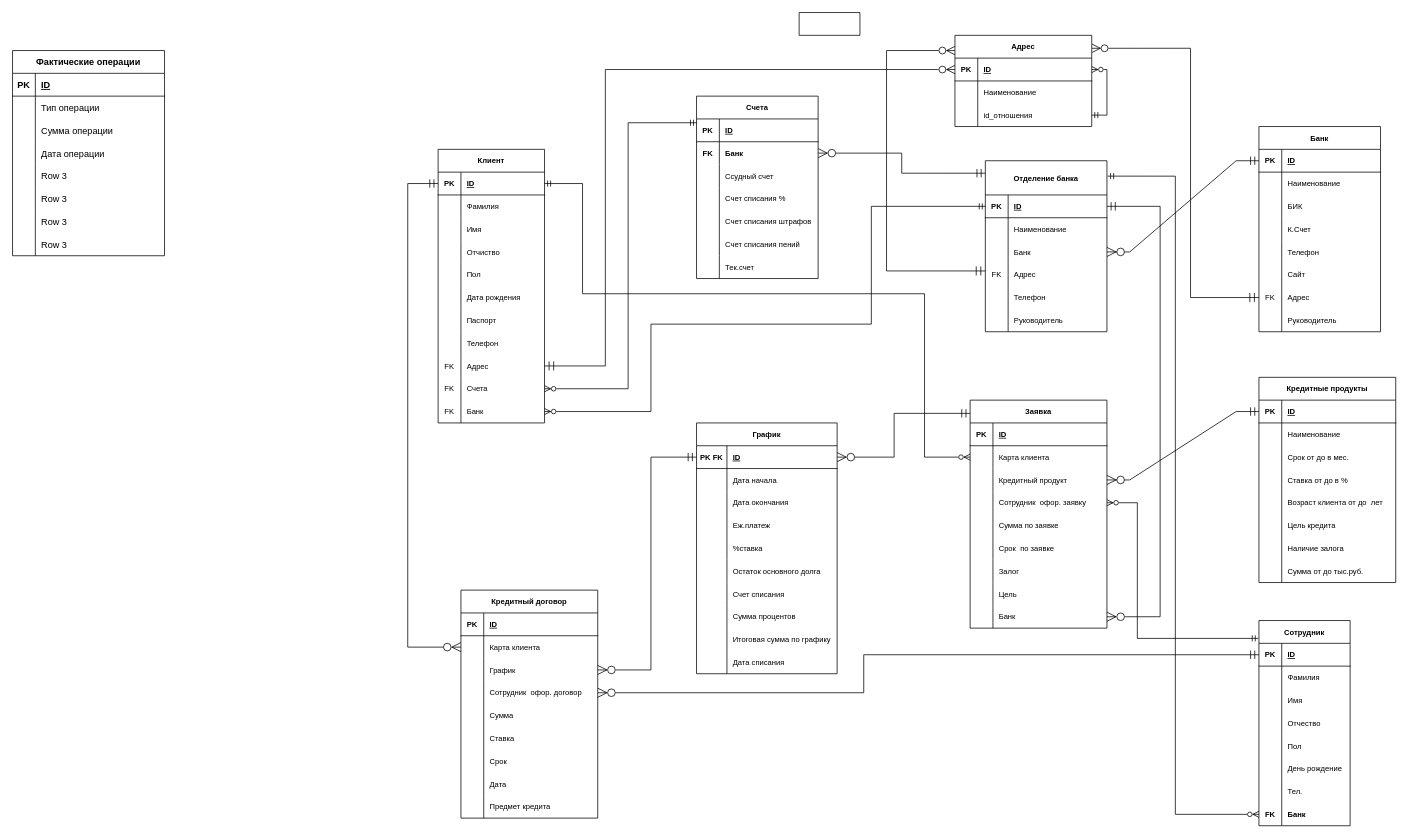
Before: Кред Договора.drawio in RadmirSalikhov/otushomeworks, a draw.io diagram. Source tidied: cells renumbered, new cells numbered last; positions are measured from the earlier drawing's top-left corner, leaving out a move shared by most shapes. Both pictures are drawn from the tidied source at 76%, with x=0, y=0 at pixel (12, 12).
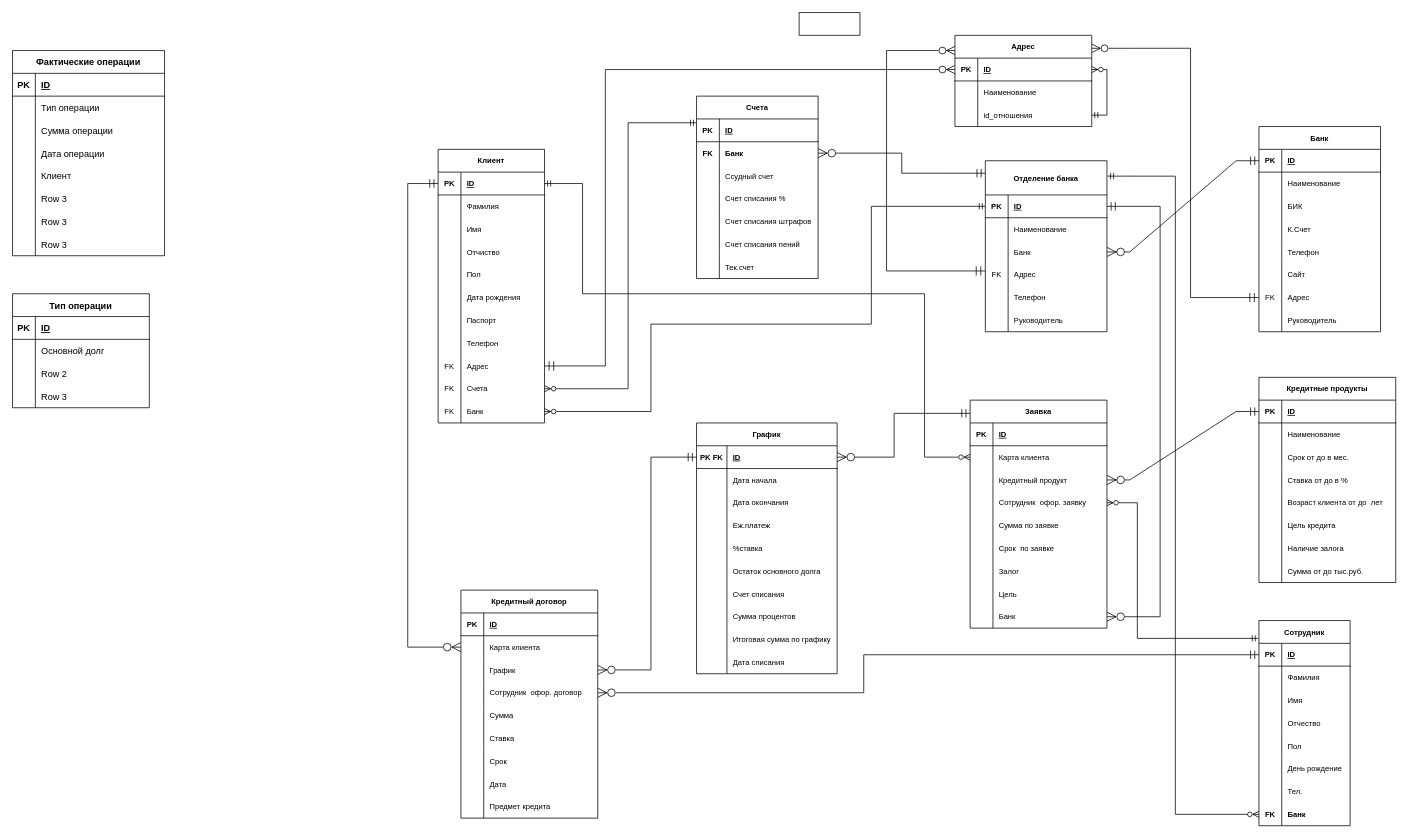
The same page after the edit.

Unchanged cells that the change refers to:
```xml
<mxCell id="280" style="shape=tableRow;horizontal=0;startSize=0;swimlaneHead=0;swimlaneBody=0;fillColor=none;top=0;left=0;right=0;bottom=0;" parent="267" vertex="1">
  <mxGeometry y="150" width="200" height="30" as="geometry" />
</mxCell>
```

The edit, as a diff of the source:
```diff
@@
-    <mxCell id="282" value="Row 3" style="shape=partialRectangle;fillColor=none;top=0;left=0;bottom=0;right=0;align=left;spacingLeft=6;overflow=hidden;" parent="280" vertex="1">
+    <mxCell id="282" value="Клиент" style="shape=partialRectangle;fillColor=none;top=0;left=0;bottom=0;right=0;align=left;spacingLeft=6;overflow=hidden;" parent="280" vertex="1">
       <mxGeometry x="30" width="170" height="30" as="geometry" />
     </mxCell>
@@
+    <mxCell id="292" value="Тип операции" style="shape=table;startSize=30;childLayout=tableLayout;rowLines=0;fontStyle=1;align=center;" parent="1" vertex="1">
+      <mxGeometry y="370" width="180" height="150" as="geometry" />
+    </mxCell>
+    <mxCell id="293" style="shape=tableRow;horizontal=0;startSize=0;swimlaneHead=0;swimlaneBody=0;fillColor=none;top=0;left=0;right=0;bottom=1;" parent="292" vertex="1">
+      <mxGeometry y="30" width="180" height="30" as="geometry" />
+    </mxCell>
+    <mxCell id="294" value="PK" style="shape=partialRectangle;fillColor=none;top=0;left=0;bottom=0;right=0;fontStyle=1;overflow=hidden;" parent="293" vertex="1">
+      <mxGeometry width="30" height="30" as="geometry" />
+    </mxCell>
+    <mxCell id="295" value="ID" style="shape=partialRectangle;fillColor=none;top=0;left=0;bottom=0;right=0;align=left;spacingLeft=6;fontStyle=5;overflow=hidden;" parent="293" vertex="1">
+      <mxGeometry x="30" width="150" height="30" as="geometry" />
+    </mxCell>
+    <mxCell id="296" style="shape=tableRow;horizontal=0;startSize=0;swimlaneHead=0;swimlaneBody=0;fillColor=none;top=0;left=0;right=0;bottom=0;" parent="292" vertex="1">
+      <mxGeometry y="60" width="180" height="30" as="geometry" />
+    </mxCell>
+    <mxCell id="297" style="shape=partialRectangle;fillColor=none;top=0;left=0;bottom=0;right=0;overflow=hidden;" parent="296" vertex="1">
+      <mxGeometry width="30" height="30" as="geometry" />
+    </mxCell>
+    <mxCell id="298" value="Основной долг" style="shape=partialRectangle;fillColor=none;top=0;left=0;bottom=0;right=0;align=left;spacingLeft=6;overflow=hidden;" parent="296" vertex="1">
+      <mxGeometry x="30" width="150" height="30" as="geometry" />
+    </mxCell>
+    <mxCell id="299" style="shape=tableRow;horizontal=0;startSize=0;swimlaneHead=0;swimlaneBody=0;fillColor=none;top=0;left=0;right=0;bottom=0;" parent="292" vertex="1">
+      <mxGeometry y="90" width="180" height="30" as="geometry" />
+    </mxCell>
+    <mxCell id="300" style="shape=partialRectangle;fillColor=none;top=0;left=0;bottom=0;right=0;overflow=hidden;" parent="299" vertex="1">
+      <mxGeometry width="30" height="30" as="geometry" />
+    </mxCell>
+    <mxCell id="301" value="Row 2" style="shape=partialRectangle;fillColor=none;top=0;left=0;bottom=0;right=0;align=left;spacingLeft=6;overflow=hidden;" parent="299" vertex="1">
+      <mxGeometry x="30" width="150" height="30" as="geometry" />
+    </mxCell>
+    <mxCell id="302" style="shape=tableRow;horizontal=0;startSize=0;swimlaneHead=0;swimlaneBody=0;fillColor=none;top=0;left=0;right=0;bottom=0;" parent="292" vertex="1">
+      <mxGeometry y="120" width="180" height="30" as="geometry" />
+    </mxCell>
+    <mxCell id="303" style="shape=partialRectangle;fillColor=none;top=0;left=0;bottom=0;right=0;overflow=hidden;" parent="302" vertex="1">
+      <mxGeometry width="30" height="30" as="geometry" />
+    </mxCell>
+    <mxCell id="304" value="Row 3" style="shape=partialRectangle;fillColor=none;top=0;left=0;bottom=0;right=0;align=left;spacingLeft=6;overflow=hidden;" parent="302" vertex="1">
+      <mxGeometry x="30" width="150" height="30" as="geometry" />
+    </mxCell>
```
